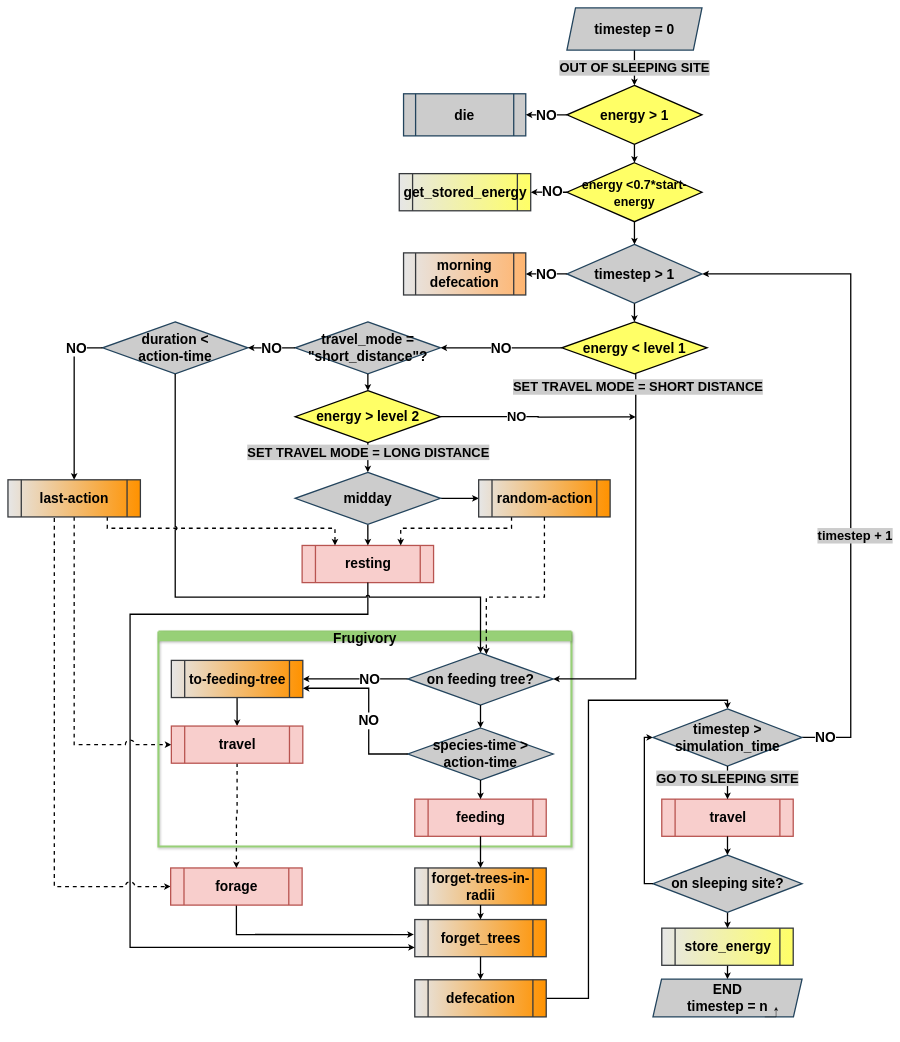
The draw.io diagram page "Page-2" (2 of 2) of Model_development/BLT_model_v1.2.drawio in edmizac/BLT_IBM-Model, before the edit. Source tidied: cells renumbered, new cells numbered last; positions are measured from the earlier drawing's top-left corner, leaving out a move shared by most shapes. Both pictures are drawn from the tidied source at 43%, with x=0, y=0 at pixel (8, 8).
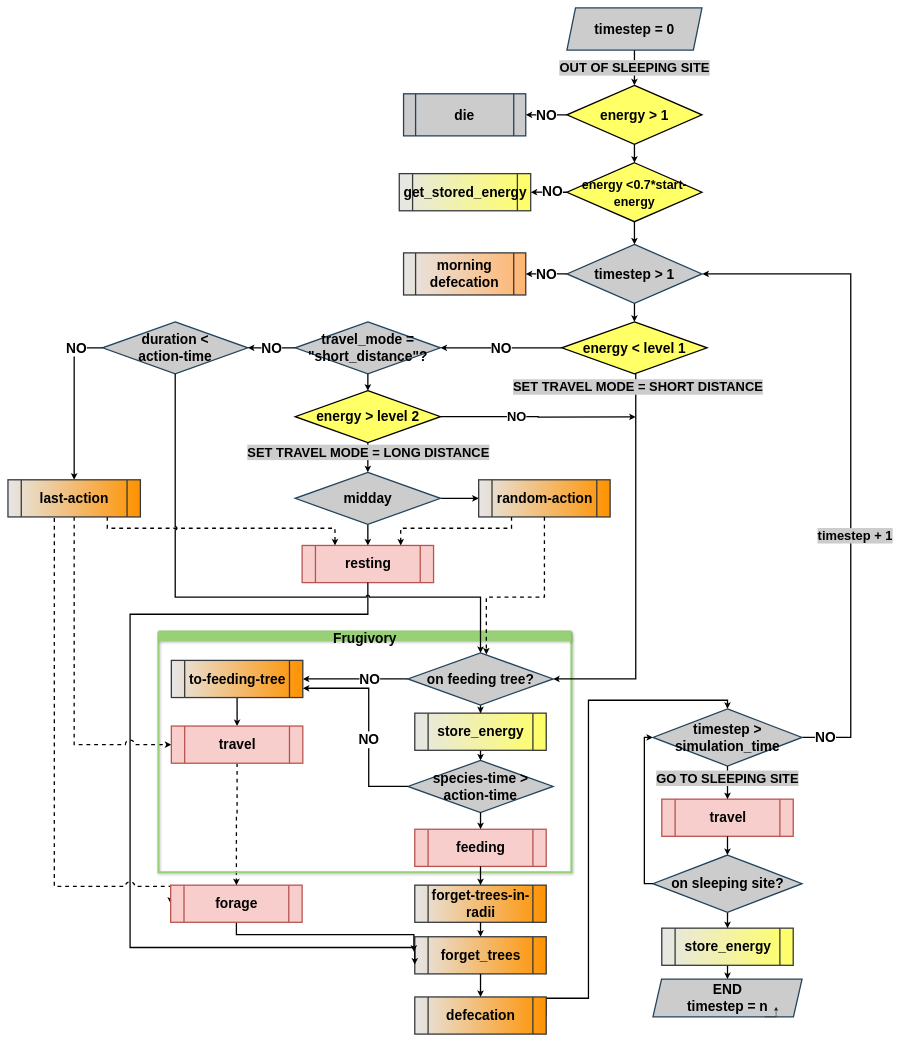
The same page after the edit.

Unchanged cells that the change refers to:
```xml
<mxCell id="53" value="Frugivory" style="swimlane;strokeColor=none;fillColor=#97D077;fontSize=32;startSize=23;swimlaneFillColor=none;gradientDirection=north;strokeWidth=14;fontStyle=1;perimeterSpacing=0;glass=0;shadow=1;rounded=1;sketch=0;gradientColor=none;" parent="52" vertex="1">
  <mxGeometry width="960.5" height="500" as="geometry" />
</mxCell>
<mxCell id="58" value="&lt;font style=&quot;font-size: 32px;&quot;&gt;to-feeding-tree&lt;/font&gt;" style="shape=process;whiteSpace=wrap;html=1;backgroundOutline=1;fontSize=32;fillColor=#FF9200;strokeColor=#36393d;gradientColor=#E6E6E6;gradientDirection=west;strokeWidth=3;shadow=0;fontStyle=1;" parent="53" vertex="1">
  <mxGeometry x="30" y="67.3" width="305.7" height="86.4" as="geometry" />
</mxCell>
<mxCell id="59" value="&lt;font face=&quot;helvetica&quot; style=&quot;font-size: 32px;&quot;&gt;on feeding tree?&lt;/font&gt;" style="rhombus;whiteSpace=wrap;html=1;fontSize=32;fillColor=#CCCCCC;strokeColor=#23445d;strokeWidth=3;shadow=0;fontStyle=1;" parent="53" vertex="1">
  <mxGeometry x="580" y="50" width="337.9" height="121" as="geometry" />
</mxCell>
```

Diff of the diagram source:
```diff
@@
     <mxCell id="30" value="&lt;font style=&quot;font-size: 32px;&quot;&gt;forget-trees-in-radii&lt;/font&gt;" style="shape=process;whiteSpace=wrap;html=1;backgroundOutline=1;fontSize=32;fillColor=#FF9200;strokeColor=#36393d;gradientColor=#E6E6E6;gradientDirection=west;strokeWidth=3;shadow=0;fontStyle=1;" parent="1" vertex="1">
-      <mxGeometry x="946.1" y="2000" width="305.7" height="86.4" as="geometry" />
+      <mxGeometry x="946.1" y="2040" width="305.7" height="86.4" as="geometry" />
     </mxCell>
@@
     <mxCell id="36" value="&lt;font style=&quot;font-size: 32px;&quot;&gt;forget_trees&lt;/font&gt;" style="shape=process;whiteSpace=wrap;html=1;backgroundOutline=1;fontSize=32;fillColor=#FF9200;strokeColor=#36393d;gradientColor=#E6E6E6;gradientDirection=west;strokeWidth=3;shadow=0;fontStyle=1;" parent="1" vertex="1">
-      <mxGeometry x="946.1" y="2120" width="305.7" height="86.4" as="geometry" />
+      <mxGeometry x="946.1" y="2160" width="305.7" height="86.4" as="geometry" />
     </mxCell>
@@
     <mxCell id="40" value="&lt;font style=&quot;font-size: 32px;&quot;&gt;defecation&lt;/font&gt;" style="shape=process;whiteSpace=wrap;html=1;backgroundOutline=1;fontSize=32;fillColor=#FF9200;strokeColor=#36393d;gradientColor=#E6E6E6;gradientDirection=west;strokeWidth=3;shadow=0;fontStyle=1;" parent="1" vertex="1">
-      <mxGeometry x="946.1" y="2260" width="305.7" height="86.4" as="geometry" />
+      <mxGeometry x="946.1" y="2300" width="305.7" height="86.4" as="geometry" />
     </mxCell>
@@
     <mxCell id="48" value="forage" style="shape=process;whiteSpace=wrap;html=1;backgroundOutline=1;fontSize=32;fillColor=#f8cecc;strokeColor=#b85450;gradientDirection=west;fontStyle=1;strokeWidth=3;" parent="1" vertex="1">
-      <mxGeometry x="378.4" y="2000" width="305.7" height="86.4" as="geometry" />
+      <mxGeometry x="378.4" y="2040" width="305.7" height="86.4" as="geometry" />
     </mxCell>
@@
     <mxCell id="52" style="swimlane;startSize=0;shadow=1;glass=0;labelBackgroundColor=#CCCCCC;sketch=0;fontFamily=Helvetica;fontSize=32;fillColor=#97D077;html=1;strokeColor=#97D077;perimeterSpacing=10;strokeWidth=5;" parent="1" vertex="1">
-      <mxGeometry x="350" y="1450" width="960.5" height="500" as="geometry" />
+      <mxGeometry x="350" y="1450" width="960.5" height="560" as="geometry" />
     </mxCell>
@@
     <mxCell id="57" value="&lt;font style=&quot;font-size: 32px;&quot;&gt;feeding&lt;/font&gt;" style="shape=process;whiteSpace=wrap;html=1;backgroundOutline=1;fontSize=32;fillColor=#f8cecc;strokeColor=#b85450;gradientDirection=west;fontStyle=1;strokeWidth=3;shadow=0;" parent="53" vertex="1">
-      <mxGeometry x="596.1" y="390" width="305.7" height="86.4" as="geometry" />
+      <mxGeometry x="596.1" y="460" width="305.7" height="86.4" as="geometry" />
     </mxCell>
@@
+    <mxCell id="83" style="edgeStyle=orthogonalEdgeStyle;shape=connector;rounded=0;jettySize=auto;html=1;shadow=0;labelBackgroundColor=default;fontFamily=Helvetica;fontSize=32;fontColor=default;endArrow=classic;strokeColor=default;strokeWidth=3;" parent="53" edge="1" source="59" target="85">
+      <mxGeometry relative="1" as="geometry" />
+    </mxCell>
@@
     <mxCell id="60" value="&lt;font face=&quot;helvetica&quot; style=&quot;font-size: 32px;&quot;&gt;species-time &amp;gt;&lt;br style=&quot;font-size: 32px;&quot;&gt;action-time&lt;br style=&quot;font-size: 32px;&quot;&gt;&lt;/font&gt;" style="rhombus;whiteSpace=wrap;html=1;fontSize=32;fillColor=#CCCCCC;strokeColor=#23445d;strokeWidth=3;shadow=0;fontStyle=1;" parent="53" vertex="1">
-      <mxGeometry x="580" y="224.5" width="337.9" height="121" as="geometry" />
+      <mxGeometry x="580" y="300" width="337.9" height="121" as="geometry" />
     </mxCell>
-    <mxCell id="61" style="edgeStyle=orthogonalEdgeStyle;rounded=0;jettySize=auto;html=1;fontSize=32;strokeWidth=3;shadow=0;labelBorderColor=default;entryX=0.5;entryY=0;entryDx=0;entryDy=0;fontStyle=1;exitX=0.5;exitY=1;exitDx=0;exitDy=0;" parent="53" edge="1" source="59" target="60">
-      <mxGeometry relative="1" as="geometry" />
-    </mxCell>
@@
     <mxCell id="63" value="NO" style="edgeStyle=orthogonalEdgeStyle;shape=connector;rounded=0;jettySize=auto;html=1;labelBackgroundColor=default;fontFamily=Helvetica;fontSize=32;fontColor=default;endArrow=classic;strokeColor=default;strokeWidth=3;fontStyle=1;exitX=0;exitY=0.5;exitDx=0;exitDy=0;entryX=1;entryY=0.75;entryDx=0;entryDy=0;" parent="53" edge="1" source="60" target="58">
       <mxGeometry x="-0.16" relative="1" as="geometry">
         <Array as="points">
-          <mxPoint x="489" y="285" />
+          <mxPoint x="489" y="361" />
           <mxPoint x="489" y="132" />
         </Array>
         <mxPoint y="-1" as="offset" />
       </mxGeometry>
     </mxCell>
+    <mxCell id="84" style="edgeStyle=orthogonalEdgeStyle;shape=connector;rounded=0;jettySize=auto;html=1;shadow=0;labelBackgroundColor=default;fontFamily=Helvetica;fontSize=32;fontColor=default;endArrow=classic;strokeColor=default;strokeWidth=3;" parent="53" edge="1" source="85" target="60">
+      <mxGeometry relative="1" as="geometry" />
+    </mxCell>
+    <mxCell id="85" value="&lt;font style=&quot;font-size: 32px;&quot;&gt;store_energy&lt;/font&gt;" style="shape=process;whiteSpace=wrap;html=1;backgroundOutline=1;fontSize=32;fillColor=#FFFF66;strokeColor=#36393d;gradientColor=#E6E6E6;gradientDirection=west;strokeWidth=3;shadow=0;fontStyle=1;" parent="53" vertex="1">
+      <mxGeometry x="596.1" y="190" width="305.7" height="86.4" as="geometry" />
+    </mxCell>
```
